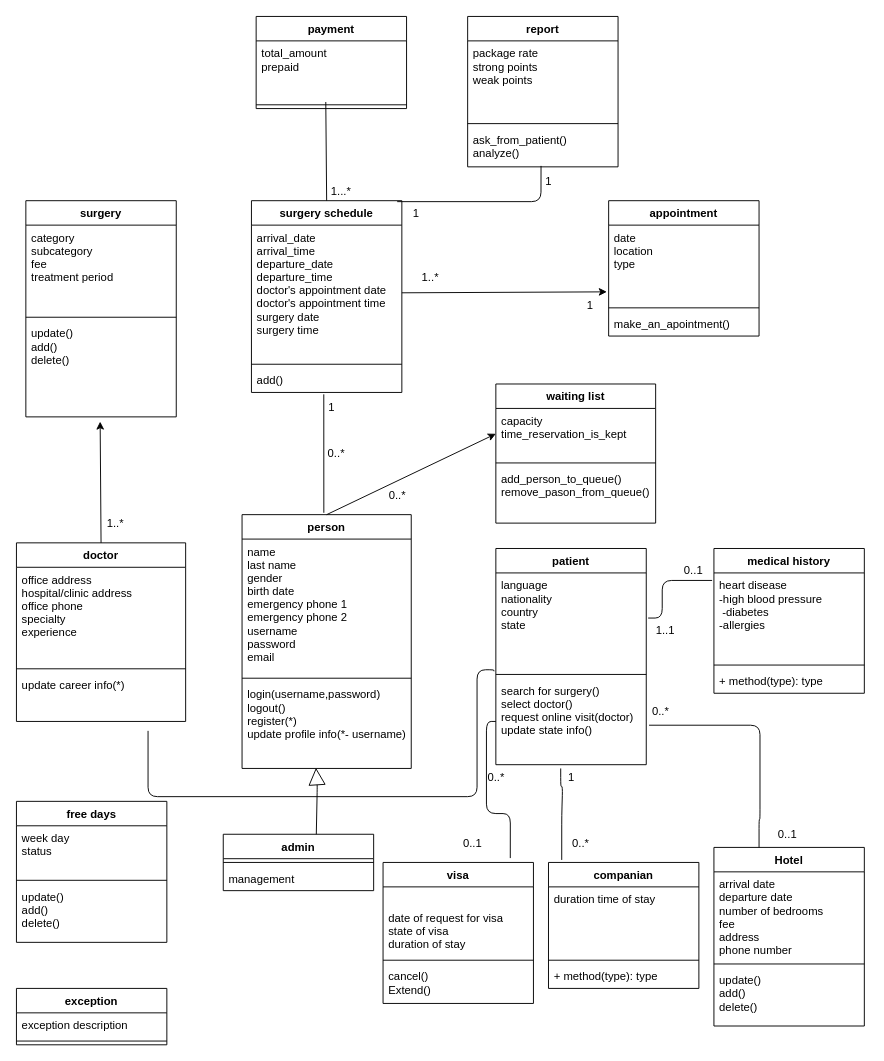
This is phase 2/class digram/class diagram.drawio from NegarES/medical_tourism, a draw.io file, before an edit. Source tidied: cells renumbered, new cells numbered last; positions are measured from the earlier drawing's top-left corner, leaving out a move shared by most shapes. Both pictures are drawn from the tidied source at 94%, with x=0, y=0 at pixel (16, 16).
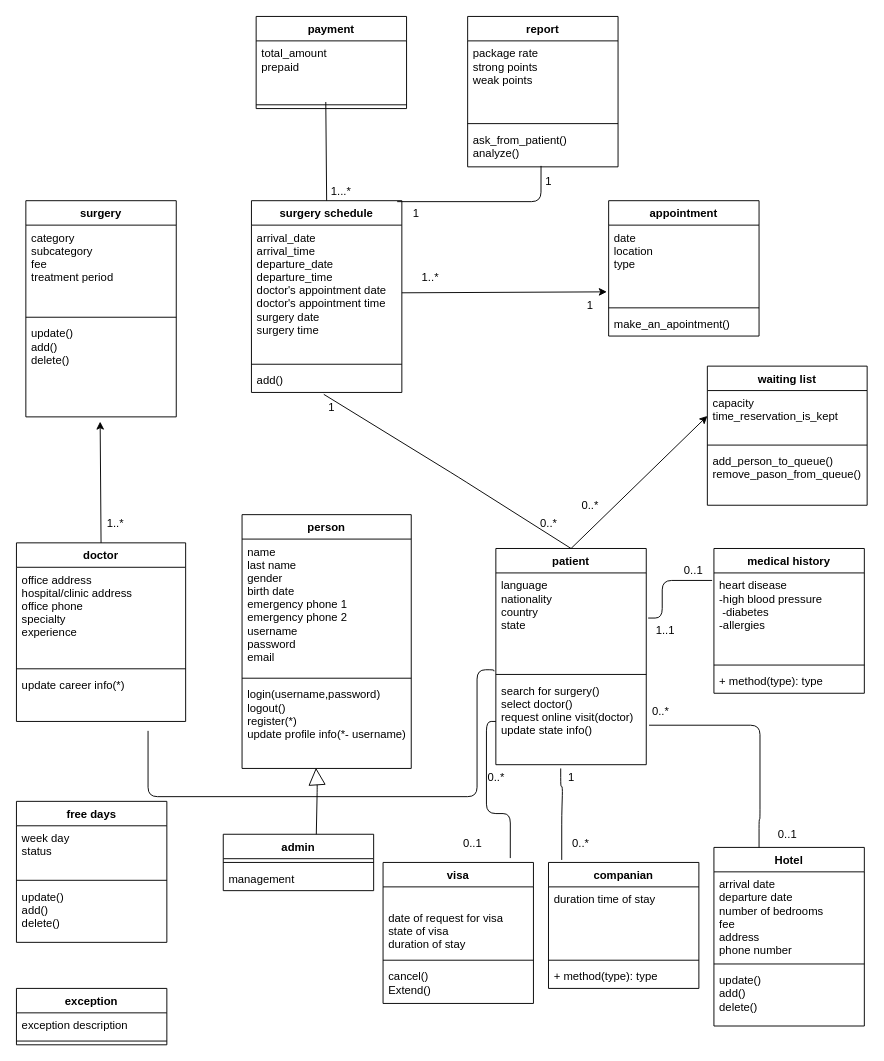
Above is the later version.

Commit message:
arrows moved from person to patient

Unchanged cells that the change refers to:
```xml
<mxCell id="2" value="person" style="swimlane;fontStyle=1;align=center;verticalAlign=top;horizontal=1;startSize=26;" parent="1" vertex="1">
  <mxGeometry x="240" y="530" width="180" height="270" as="geometry" />
</mxCell>
<mxCell id="6" value="patient" style="swimlane;fontStyle=1;align=center;verticalAlign=top;horizontal=1;startSize=26;" parent="1" vertex="1">
  <mxGeometry x="510" y="566" width="160" height="230" as="geometry" />
</mxCell>
<mxCell id="70" value="add()" style="text;strokeColor=none;fillColor=none;align=left;verticalAlign=top;spacingLeft=4;spacingRight=4;overflow=hidden;points=[[0,0.5],[1,0.5]];portConstraint=eastwest;" parent="67" vertex="1">
  <mxGeometry y="178" width="160" height="26" as="geometry" />
</mxCell>
<mxCell id="72" value="capacity&#10;time_reservation_is_kept" style="text;strokeColor=none;fillColor=none;align=left;verticalAlign=top;spacingLeft=4;spacingRight=4;overflow=hidden;points=[[0,0.5],[1,0.5]];portConstraint=eastwest;" parent="71" vertex="1">
  <mxGeometry y="26" width="170" height="54" as="geometry" />
</mxCell>
```

Change to the diagram source:
```diff
@@
     <mxCell id="71" value="waiting list" style="swimlane;fontStyle=1;align=center;verticalAlign=top;horizontal=1;startSize=26;" parent="1" vertex="1">
-      <mxGeometry x="510" y="391" width="170" height="148" as="geometry" />
+      <mxGeometry x="735" y="372" width="170" height="148" as="geometry" />
     </mxCell>
@@
-    <mxCell id="75" style="endArrow=none;html=1;entryX=0.481;entryY=1.077;entryDx=0;entryDy=0;entryPerimeter=0;" parent="1" edge="1" target="70">
+    <mxCell id="75" style="endArrow=none;html=1;entryX=0.481;entryY=1.077;entryDx=0;entryDy=0;entryPerimeter=0;exitX=0.5;exitY=0;exitDx=0;exitDy=0;" parent="1" edge="1" source="6" target="70">
       <mxGeometry relative="1" as="geometry">
-        <mxPoint x="327" y="528" as="sourcePoint" />
+        <Array as="points">
+          <mxPoint x="470" y="490" />
+        </Array>
       </mxGeometry>
     </mxCell>
     <mxCell id="76" value="0..*" style="text;html=1;align=center;verticalAlign=middle;" parent="1" vertex="1">
-      <mxGeometry x="325" y="455" width="30" height="20" as="geometry" />
+      <mxGeometry x="551" y="530" width="30" height="20" as="geometry" />
     </mxCell>
@@
-    <mxCell id="80" style="endArrow=classic;html=1;exitX=0.5;exitY=0;exitDx=0;exitDy=0;entryX=0;entryY=0.5;entryDx=0;entryDy=0;" parent="1" edge="1" source="2" target="72">
+    <mxCell id="80" style="endArrow=classic;html=1;exitX=0.5;exitY=0;exitDx=0;exitDy=0;entryX=0;entryY=0.5;entryDx=0;entryDy=0;" parent="1" edge="1" source="6" target="72">
       <mxGeometry relative="1" as="geometry" />
     </mxCell>
     <mxCell id="81" value="0..*" style="text;html=1;align=center;verticalAlign=middle;" parent="1" vertex="1">
-      <mxGeometry x="390" y="500" width="30" height="20" as="geometry" />
+      <mxGeometry x="595" y="510" width="30" height="20" as="geometry" />
     </mxCell>
```
